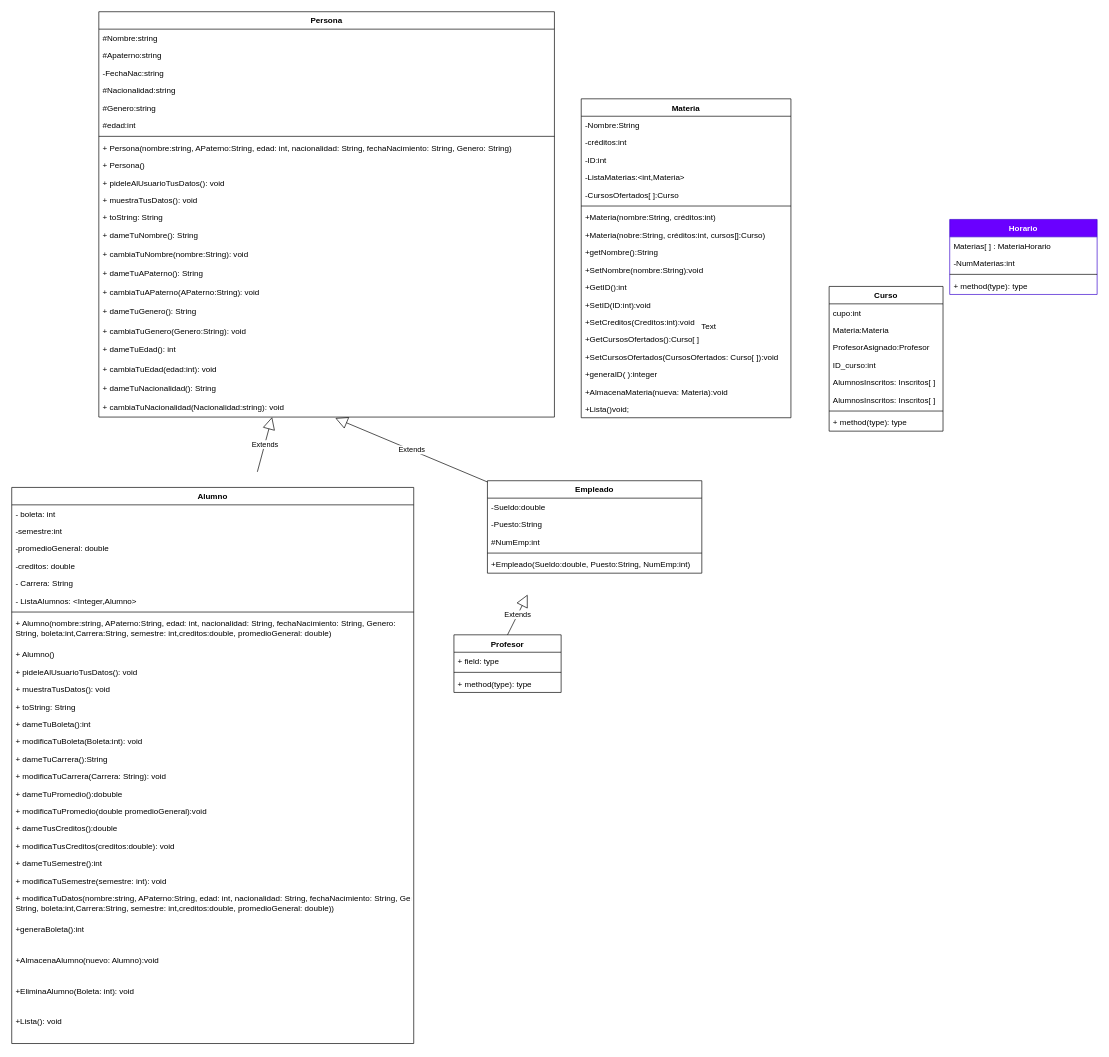
Above: ControlEscolar.drawio in Sam200018/ControlEscolar (draw.io), before the change. Source tidied: cells renumbered, new cells numbered last; positions are measured from the earlier drawing's top-left corner, leaving out a move shared by most shapes. Both pictures are drawn from the tidied source at 67%, with x=0, y=0 at pixel (11, 11).
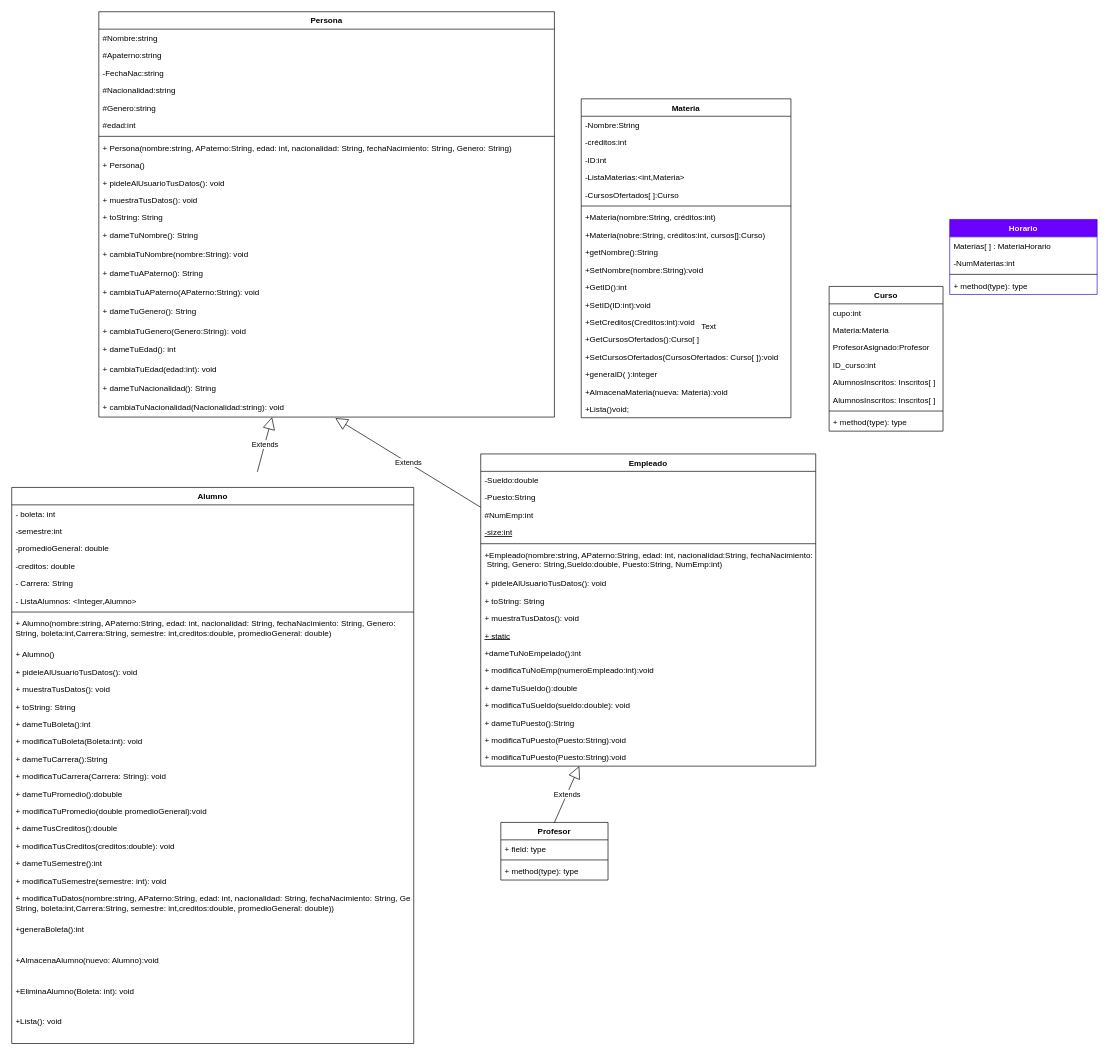
The same diagram, later.

Commit message (it also covers changes not shown here):
Se hicieron uns cambios para corregir metodos que ya existian y terminamos empleado y profesor del diagrama

Change to the diagram source:
```diff
@@
     <mxCell id="53" value="Profesor" style="swimlane;fontStyle=1;align=center;verticalAlign=top;horizontal=1;startSize=26;" parent="1" vertex="1">
-      <mxGeometry x="660" y="930" width="160" height="86" as="geometry" />
+      <mxGeometry x="730" y="1210" width="160" height="86" as="geometry" />
     </mxCell>
@@
     <mxCell id="76" value="Empleado" style="swimlane;fontStyle=1;align=center;verticalAlign=top;horizontal=1;startSize=26;" parent="1" vertex="1">
-      <mxGeometry x="710" y="700" width="320" height="138" as="geometry" />
+      <mxGeometry x="700" y="660" width="500" height="466" as="geometry" />
     </mxCell>
     <mxCell id="77" value="-Sueldo:double" style="text;strokeColor=none;fillColor=none;align=left;verticalAlign=top;spacingLeft=4;spacingRight=4;overflow=hidden;" parent="76" vertex="1">
-      <mxGeometry y="26" width="320" height="26" as="geometry" />
+      <mxGeometry y="26" width="500" height="26" as="geometry" />
     </mxCell>
     <mxCell id="78" value="-Puesto:String" style="text;strokeColor=none;fillColor=none;align=left;verticalAlign=top;spacingLeft=4;spacingRight=4;overflow=hidden;" parent="76" vertex="1">
-      <mxGeometry y="52" width="320" height="26" as="geometry" />
+      <mxGeometry y="52" width="500" height="26" as="geometry" />
     </mxCell>
     <mxCell id="79" value="#NumEmp:int" style="text;strokeColor=none;fillColor=none;align=left;verticalAlign=top;spacingLeft=4;spacingRight=4;overflow=hidden;" parent="76" vertex="1">
-      <mxGeometry y="78" width="320" height="26" as="geometry" />
+      <mxGeometry y="78" width="500" height="26" as="geometry" />
     </mxCell>
+    <mxCell id="100" value="-size:int" style="text;strokeColor=none;fillColor=none;align=left;verticalAlign=top;spacingLeft=4;spacingRight=4;overflow=hidden;fontStyle=4;" parent="76" vertex="1">
+      <mxGeometry y="104" width="500" height="26" as="geometry" />
+    </mxCell>
     <mxCell id="80" style="line;strokeWidth=1;fillColor=none;align=left;verticalAlign=middle;spacingTop=-1;spacingLeft=3;spacingRight=3;labelPosition=right;" parent="76" vertex="1">
-      <mxGeometry y="104" width="320" height="8" as="geometry" />
+      <mxGeometry y="130" width="500" height="8" as="geometry" />
     </mxCell>
-    <mxCell id="81" value="+Empleado(Sueldo:double, Puesto:String, NumEmp:int)" style="text;strokeColor=none;fillColor=none;align=left;verticalAlign=top;spacingLeft=4;spacingRight=4;overflow=hidden;" parent="76" vertex="1">
-      <mxGeometry y="112" width="320" height="26" as="geometry" />
+    <mxCell id="81" value="+Empleado(nombre:string, APaterno:String, edad: int, nacionalidad:String, fechaNacimiento:&#10; String, Genero: String,Sueldo:double, Puesto:String, NumEmp:int)" style="text;strokeColor=none;fillColor=none;align=left;verticalAlign=top;spacingLeft=4;spacingRight=4;overflow=hidden;" parent="76" vertex="1">
+      <mxGeometry y="138" width="500" height="42" as="geometry" />
     </mxCell>
+    <mxCell id="101" value="+ pideleAlUsuarioTusDatos(): void " style="text;strokeColor=none;fillColor=none;align=left;verticalAlign=top;spacingLeft=4;spacingRight=4;overflow=hidden;" parent="76" vertex="1">
+      <mxGeometry y="180" width="500" height="26" as="geometry" />
+    </mxCell>
+    <mxCell id="102" value="+ toString: String" style="text;strokeColor=none;fillColor=none;align=left;verticalAlign=top;spacingLeft=4;spacingRight=4;overflow=hidden;" parent="76" vertex="1">
+      <mxGeometry y="206" width="500" height="26" as="geometry" />
+    </mxCell>
+    <mxCell id="103" value="+ muestraTusDatos(): void" style="text;strokeColor=none;fillColor=none;align=left;verticalAlign=top;spacingLeft=4;spacingRight=4;overflow=hidden;" parent="76" vertex="1">
+      <mxGeometry y="232" width="500" height="26" as="geometry" />
+    </mxCell>
+    <mxCell id="104" value="+ static" style="text;strokeColor=none;fillColor=none;align=left;verticalAlign=top;spacingLeft=4;spacingRight=4;overflow=hidden;fontStyle=4;" parent="76" vertex="1">
+      <mxGeometry y="258" width="500" height="26" as="geometry" />
+    </mxCell>
+    <mxCell id="105" value="+dameTuNoEmpelado():int " style="text;strokeColor=none;fillColor=none;align=left;verticalAlign=top;spacingLeft=4;spacingRight=4;overflow=hidden;fontStyle=0;" parent="76" vertex="1">
+      <mxGeometry y="284" width="500" height="26" as="geometry" />
+    </mxCell>
+    <mxCell id="106" value="+ modificaTuNoEmp(numeroEmpleado:int):void" style="text;strokeColor=none;fillColor=none;align=left;verticalAlign=top;spacingLeft=4;spacingRight=4;overflow=hidden;fontStyle=0;" parent="76" vertex="1">
+      <mxGeometry y="310" width="500" height="26" as="geometry" />
+    </mxCell>
+    <mxCell id="107" value="+ dameTuSueldo():double" style="text;strokeColor=none;fillColor=none;align=left;verticalAlign=top;spacingLeft=4;spacingRight=4;overflow=hidden;fontStyle=0;" parent="76" vertex="1">
+      <mxGeometry y="336" width="500" height="26" as="geometry" />
+    </mxCell>
+    <mxCell id="108" value="+ modificaTuSueldo(sueldo:double): void" style="text;strokeColor=none;fillColor=none;align=left;verticalAlign=top;spacingLeft=4;spacingRight=4;overflow=hidden;fontStyle=0;" parent="76" vertex="1">
+      <mxGeometry y="362" width="500" height="26" as="geometry" />
+    </mxCell>
+    <mxCell id="109" value="+ dameTuPuesto():String" style="text;strokeColor=none;fillColor=none;align=left;verticalAlign=top;spacingLeft=4;spacingRight=4;overflow=hidden;fontStyle=0;" parent="76" vertex="1">
+      <mxGeometry y="388" width="500" height="26" as="geometry" />
+    </mxCell>
+    <mxCell id="110" value="+ modificaTuPuesto(Puesto:String):void" style="text;strokeColor=none;fillColor=none;align=left;verticalAlign=top;spacingLeft=4;spacingRight=4;overflow=hidden;fontStyle=0;" parent="76" vertex="1">
+      <mxGeometry y="414" width="500" height="26" as="geometry" />
+    </mxCell>
+    <mxCell id="111" value="+ modificaTuPuesto(Puesto:String):void" style="text;strokeColor=none;fillColor=none;align=left;verticalAlign=top;spacingLeft=4;spacingRight=4;overflow=hidden;fontStyle=0;" parent="76" vertex="1">
+      <mxGeometry y="440" width="500" height="26" as="geometry" />
+    </mxCell>
@@
-    <mxCell id="98" value="Extends" style="endArrow=block;endSize=16;endFill=0;html=1;exitX=0.5;exitY=0;exitDx=0;exitDy=0;" parent="1" edge="1" source="53">
-      <mxGeometry relative="1" as="geometry">
-        <mxPoint x="770" y="870" as="targetPoint" />
-      </mxGeometry>
+    <mxCell id="98" value="Extends" style="endArrow=block;endSize=16;endFill=0;html=1;exitX=0.5;exitY=0;exitDx=0;exitDy=0;" parent="1" edge="1" source="53" target="76">
+      <mxGeometry relative="1" as="geometry" />
     </mxCell>
```
